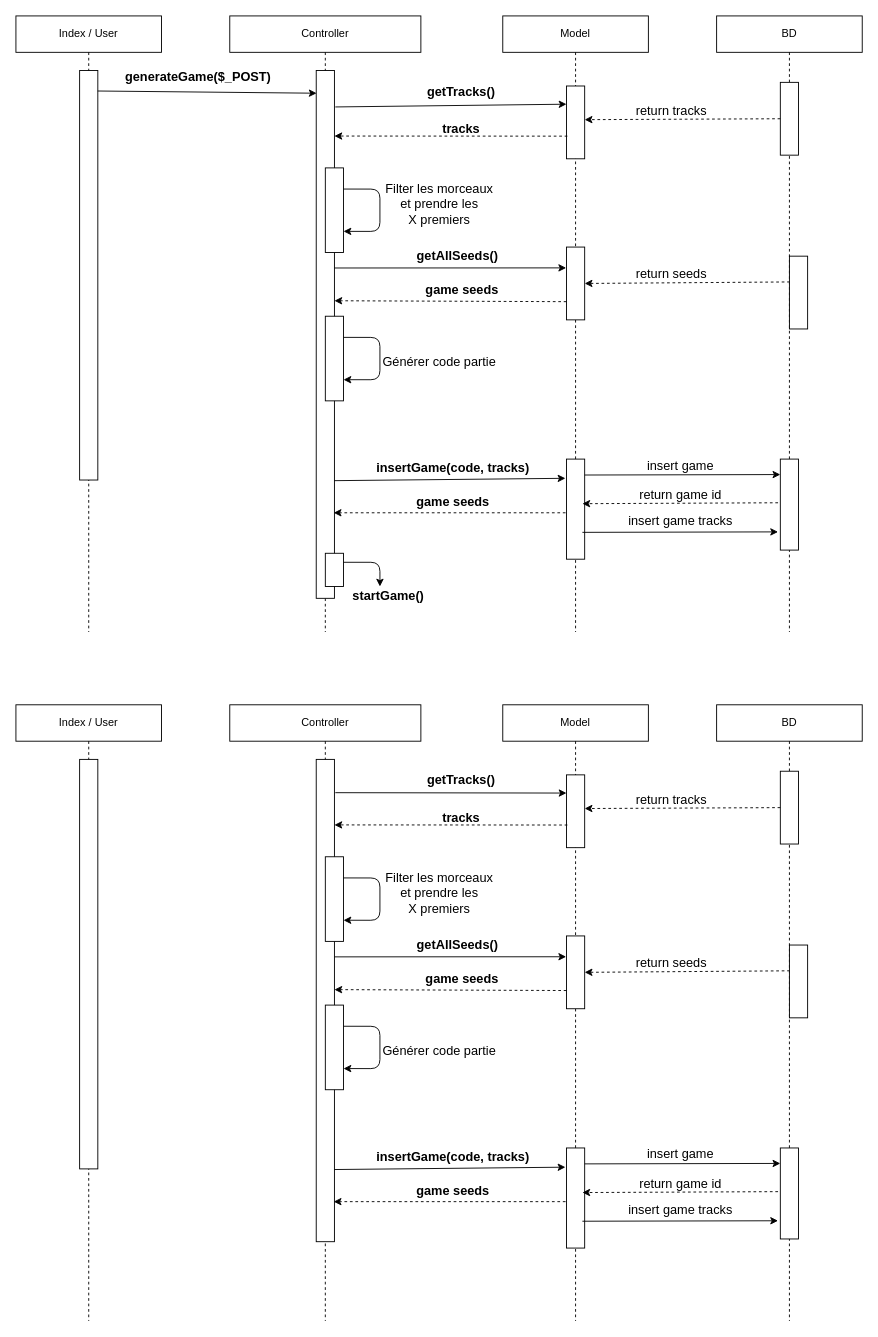
This is Documents/Diagramme_sequence.drawio from Jerome-JJT/SuperBlinder, a draw.io file, before an edit. Source tidied: cells renumbered, new cells numbered last; positions are measured from the earlier drawing's top-left corner, leaving out a move shared by most shapes. Both pictures are drawn from the tidied source at 91%, with x=0, y=0 at pixel (15, 15).
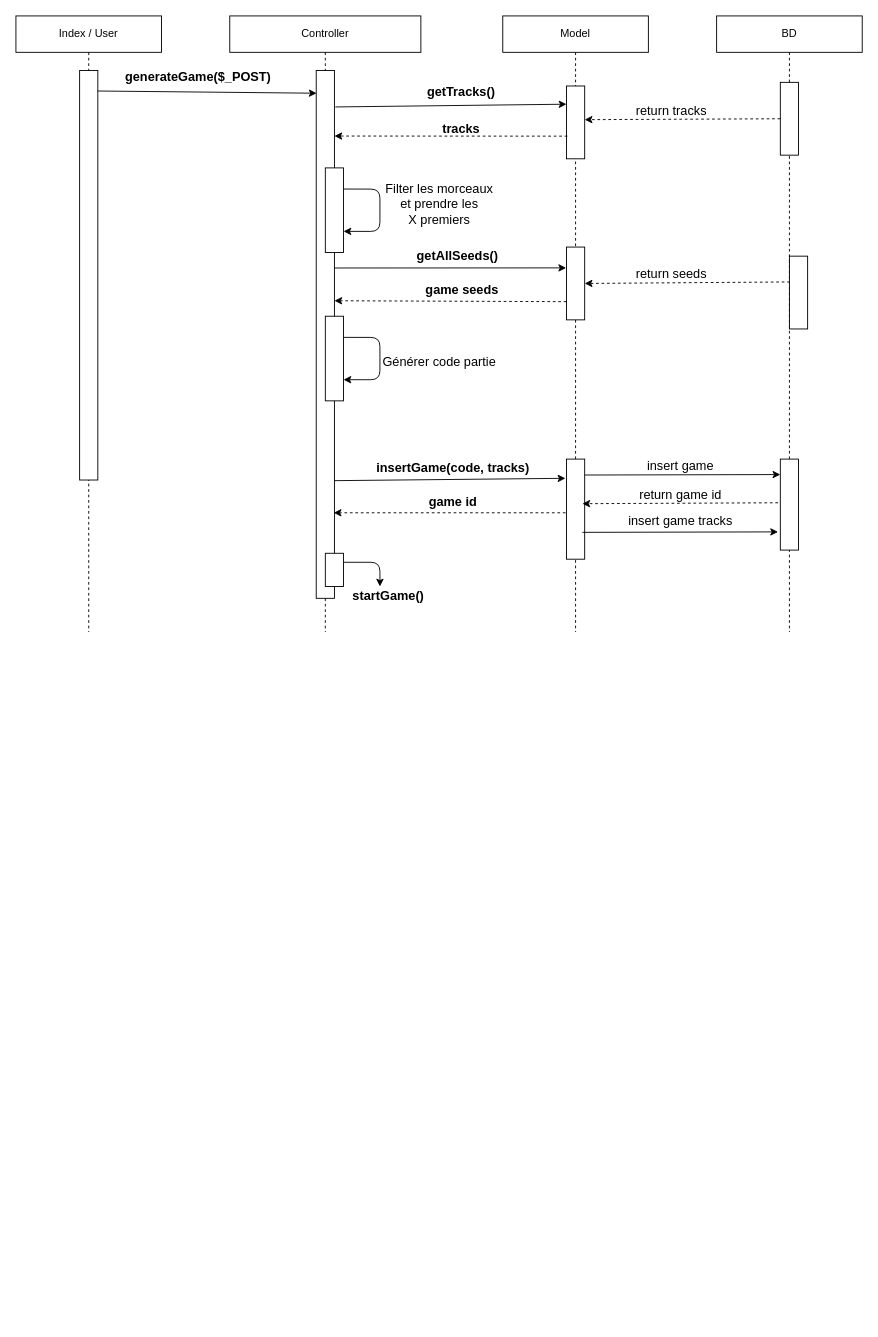
The same page after the edit.

The edit, as a diff of the source:
```diff
@@
-    <mxCell id="29" value="game seeds" style="text;html=1;align=center;verticalAlign=middle;strokeColor=none;fontSize=14;fontStyle=1;" parent="1" vertex="1">
-      <mxGeometry x="430" y="524" width="100" height="20" as="geometry" />
+    <mxCell id="29" value="game id" style="text;html=1;align=center;verticalAlign=middle;strokeColor=none;fontSize=14;fontStyle=1;" parent="1" vertex="1">
+      <mxGeometry x="445" y="524" width="70" height="20" as="geometry" />
     </mxCell>
@@
-    <mxCell id="44" value="Controller" style="shape=umlLifeline;perimeter=lifelinePerimeter;whiteSpace=wrap;html=1;" parent="1" vertex="1">
-      <mxGeometry x="235" y="757" width="210" height="677" as="geometry" />
-    </mxCell>
-    <mxCell id="45" style="rounded=0;whiteSpace=wrap;html=1;" parent="44" vertex="1">
-      <mxGeometry x="95" y="60" width="20" height="530" as="geometry" />
-    </mxCell>
-    <mxCell id="46" style="rounded=0;whiteSpace=wrap;html=1;" parent="44" vertex="1">
-      <mxGeometry x="105" y="167" width="20" height="93" as="geometry" />
-    </mxCell>
-    <mxCell id="47" style="endArrow=classic;html=1;fontSize=14;edgeStyle=orthogonalEdgeStyle;exitX=1;exitY=0.25;exitDx=0;exitDy=0;entryX=1;entryY=0.75;entryDx=0;entryDy=0;" parent="44" edge="1" source="46" target="46">
-      <mxGeometry relative="1" as="geometry">
-        <Array as="points">
-          <mxPoint x="165" y="190" />
-          <mxPoint x="165" y="237" />
-        </Array>
-      </mxGeometry>
-    </mxCell>
-    <mxCell id="48" value="Model" style="shape=umlLifeline;perimeter=lifelinePerimeter;whiteSpace=wrap;html=1;" parent="1" vertex="1">
-      <mxGeometry x="535" y="757" width="160" height="677" as="geometry" />
-    </mxCell>
-    <mxCell id="49" style="rounded=0;whiteSpace=wrap;html=1;" parent="48" vertex="1">
-      <mxGeometry x="70" y="77" width="20" height="80" as="geometry" />
-    </mxCell>
-    <mxCell id="50" style="endArrow=classic;html=1;exitX=1.05;exitY=0.069;exitDx=0;exitDy=0;exitPerimeter=0;entryX=0;entryY=0.25;entryDx=0;entryDy=0;" parent="1" edge="1" source="45" target="49">
-      <mxGeometry relative="1" as="geometry" />
-    </mxCell>
-    <mxCell id="51" value="getTracks()" style="text;html=1;align=center;verticalAlign=middle;strokeColor=none;fontSize=14;fontStyle=1;" parent="1" vertex="1">
-      <mxGeometry x="444" y="830" width="90" height="20" as="geometry" />
-    </mxCell>
-    <mxCell id="52" style="endArrow=classic;html=1;exitX=0.05;exitY=0.689;exitDx=0;exitDy=0;dashed=1;exitPerimeter=0;" parent="1" edge="1" source="49">
-      <mxGeometry relative="1" as="geometry">
-        <mxPoint x="350" y="889" as="targetPoint" />
-      </mxGeometry>
-    </mxCell>
-    <mxCell id="53" value="tracks" style="text;html=1;align=center;verticalAlign=middle;strokeColor=none;fontSize=14;fontStyle=1;" parent="1" vertex="1">
-      <mxGeometry x="459" y="871" width="60" height="20" as="geometry" />
-    </mxCell>
-    <mxCell id="54" value="Index / User" style="shape=umlLifeline;perimeter=lifelinePerimeter;whiteSpace=wrap;html=1;" parent="1" vertex="1">
-      <mxGeometry y="757" width="160" height="677" as="geometry" />
-    </mxCell>
-    <mxCell id="55" style="rounded=0;whiteSpace=wrap;html=1;" parent="54" vertex="1">
-      <mxGeometry x="70" y="60" width="20" height="450" as="geometry" />
-    </mxCell>
-    <mxCell id="56" value="&lt;div&gt;Filter les morceaux &lt;br&gt;&lt;/div&gt;&lt;div&gt;et prendre les &lt;br&gt;&lt;/div&gt;&lt;div&gt;X premiers &lt;/div&gt;" style="text;align=center;verticalAlign=middle;strokeColor=none;fontSize=14;html=1;" parent="1" vertex="1">
-      <mxGeometry x="400" y="934" width="130" height="60" as="geometry" />
-    </mxCell>
-    <mxCell id="57" style="rounded=0;whiteSpace=wrap;html=1;" parent="1" vertex="1">
-      <mxGeometry x="340" y="1087" width="20" height="93" as="geometry" />
-    </mxCell>
-    <mxCell id="58" style="endArrow=classic;html=1;fontSize=14;edgeStyle=orthogonalEdgeStyle;exitX=1;exitY=0.25;exitDx=0;exitDy=0;entryX=1;entryY=0.75;entryDx=0;entryDy=0;" parent="1" edge="1" source="57" target="57">
-      <mxGeometry relative="1" as="geometry">
-        <Array as="points">
-          <mxPoint x="400" y="1110" />
-          <mxPoint x="400" y="1157" />
-        </Array>
-      </mxGeometry>
-    </mxCell>
-    <mxCell id="59" value="Générer code partie" style="text;align=center;verticalAlign=middle;strokeColor=none;fontSize=14;html=1;" parent="1" vertex="1">
-      <mxGeometry x="395" y="1127" width="140" height="20" as="geometry" />
-    </mxCell>
-    <mxCell id="60" style="rounded=0;whiteSpace=wrap;html=1;" parent="1" vertex="1">
-      <mxGeometry x="605" y="1011" width="20" height="80" as="geometry" />
-    </mxCell>
-    <mxCell id="61" style="endArrow=classic;html=1;entryX=-0.017;entryY=0.286;entryDx=0;entryDy=0;entryPerimeter=0;" parent="1" edge="1" target="60">
-      <mxGeometry relative="1" as="geometry">
-        <mxPoint x="350" y="1034" as="sourcePoint" />
-      </mxGeometry>
-    </mxCell>
-    <mxCell id="62" value="getAllSeeds()" style="text;html=1;align=center;verticalAlign=middle;strokeColor=none;fontSize=14;fontStyle=1;" parent="1" vertex="1">
-      <mxGeometry x="430" y="1011" width="110" height="20" as="geometry" />
-    </mxCell>
-    <mxCell id="63" style="endArrow=classic;html=1;exitX=0;exitY=0.75;exitDx=0;exitDy=0;dashed=1;" parent="1" edge="1" source="60">
-      <mxGeometry relative="1" as="geometry">
-        <mxPoint x="350" y="1070" as="targetPoint" />
-      </mxGeometry>
-    </mxCell>
-    <mxCell id="64" value="game seeds" style="text;html=1;align=center;verticalAlign=middle;strokeColor=none;fontSize=14;fontStyle=1;" parent="1" vertex="1">
-      <mxGeometry x="440" y="1048" width="100" height="20" as="geometry" />
-    </mxCell>
-    <mxCell id="65" style="rounded=0;whiteSpace=wrap;html=1;" parent="1" vertex="1">
-      <mxGeometry x="605" y="1244" width="20" height="110" as="geometry" />
-    </mxCell>
-    <mxCell id="66" style="endArrow=classic;html=1;exitX=1.028;exitY=0.369;exitDx=0;exitDy=0;exitPerimeter=0;entryX=-0.058;entryY=0.192;entryDx=0;entryDy=0;entryPerimeter=0;" parent="1" edge="1" target="65">
-      <mxGeometry relative="1" as="geometry">
-        <mxPoint x="349.7" y="1267.7" as="sourcePoint" />
-      </mxGeometry>
-    </mxCell>
-    <mxCell id="67" value="insertGame(code, tracks)" style="text;html=1;align=center;verticalAlign=middle;strokeColor=none;fontSize=14;fontStyle=1;" parent="1" vertex="1">
-      <mxGeometry x="385" y="1244" width="190" height="20" as="geometry" />
-    </mxCell>
-    <mxCell id="68" style="endArrow=classic;html=1;dashed=1;" parent="1" edge="1">
-      <mxGeometry relative="1" as="geometry">
-        <mxPoint x="604" y="1303" as="sourcePoint" />
-        <mxPoint x="349.2" y="1303" as="targetPoint" />
-      </mxGeometry>
-    </mxCell>
-    <mxCell id="69" value="game seeds" style="text;html=1;align=center;verticalAlign=middle;strokeColor=none;fontSize=14;fontStyle=1;" parent="1" vertex="1">
-      <mxGeometry x="430" y="1281" width="100" height="20" as="geometry" />
-    </mxCell>
-    <mxCell id="70" value="BD" style="shape=umlLifeline;perimeter=lifelinePerimeter;whiteSpace=wrap;html=1;" parent="1" vertex="1">
-      <mxGeometry x="770" y="757" width="160" height="677" as="geometry" />
-    </mxCell>
-    <mxCell id="71" style="rounded=0;whiteSpace=wrap;html=1;" parent="70" vertex="1">
-      <mxGeometry x="70" y="73" width="20" height="80" as="geometry" />
-    </mxCell>
-    <mxCell id="72" style="endArrow=classic;html=1;exitX=0;exitY=0.5;exitDx=0;exitDy=0;dashed=1;" parent="1" edge="1" source="71">
-      <mxGeometry relative="1" as="geometry">
-        <mxPoint x="625" y="871" as="targetPoint" />
-      </mxGeometry>
-    </mxCell>
-    <mxCell id="73" value="return tracks" style="text;html=1;align=center;verticalAlign=middle;strokeColor=none;fontSize=14;" parent="1" vertex="1">
-      <mxGeometry x="670" y="851" width="100" height="20" as="geometry" />
-    </mxCell>
-    <mxCell id="74" style="rounded=0;whiteSpace=wrap;html=1;" parent="1" vertex="1">
-      <mxGeometry x="840" y="1244" width="20" height="100" as="geometry" />
-    </mxCell>
-    <mxCell id="75" style="endArrow=classic;html=1;exitX=0.025;exitY=0.354;exitDx=0;exitDy=0;dashed=1;exitPerimeter=0;" parent="1" edge="1" source="77">
-      <mxGeometry relative="1" as="geometry">
-        <mxPoint x="625" y="1051" as="targetPoint" />
-      </mxGeometry>
-    </mxCell>
-    <mxCell id="76" value="return seeds" style="text;html=1;align=center;verticalAlign=middle;strokeColor=none;fontSize=14;" parent="1" vertex="1">
-      <mxGeometry x="670" y="1031" width="100" height="20" as="geometry" />
-    </mxCell>
-    <mxCell id="77" style="rounded=0;whiteSpace=wrap;html=1;" parent="1" vertex="1">
-      <mxGeometry x="850" y="1021" width="20" height="80" as="geometry" />
-    </mxCell>
-    <mxCell id="78" value="return game id" style="text;html=1;align=center;verticalAlign=middle;strokeColor=none;fontSize=14;" parent="1" vertex="1">
-      <mxGeometry x="675" y="1273" width="110" height="20" as="geometry" />
-    </mxCell>
-    <mxCell id="79" style="endArrow=classic;html=1;exitX=0;exitY=0.5;exitDx=0;exitDy=0;dashed=1;" parent="1" edge="1">
-      <mxGeometry relative="1" as="geometry">
-        <mxPoint x="837.5" y="1292" as="sourcePoint" />
-        <mxPoint x="622.5" y="1293" as="targetPoint" />
-      </mxGeometry>
-    </mxCell>
-    <mxCell id="80" value="insert game" style="text;html=1;align=center;verticalAlign=middle;strokeColor=none;fontSize=14;fontStyle=0;" parent="1" vertex="1">
-      <mxGeometry x="685" y="1241" width="90" height="20" as="geometry" />
-    </mxCell>
-    <mxCell id="81" style="endArrow=classic;html=1;exitX=1.028;exitY=0.369;exitDx=0;exitDy=0;exitPerimeter=0;" parent="1" edge="1">
-      <mxGeometry relative="1" as="geometry">
-        <mxPoint x="625" y="1261.5" as="sourcePoint" />
-        <mxPoint x="840" y="1261" as="targetPoint" />
-      </mxGeometry>
-    </mxCell>
-    <mxCell id="82" value="insert game tracks" style="text;html=1;align=center;verticalAlign=middle;strokeColor=none;fontSize=14;fontStyle=0;" parent="1" vertex="1">
-      <mxGeometry x="665" y="1302" width="130" height="20" as="geometry" />
-    </mxCell>
-    <mxCell id="83" style="endArrow=classic;html=1;exitX=1.028;exitY=0.369;exitDx=0;exitDy=0;exitPerimeter=0;" parent="1" edge="1">
-      <mxGeometry relative="1" as="geometry">
-        <mxPoint x="622.5" y="1324.5" as="sourcePoint" />
-        <mxPoint x="837.5" y="1324" as="targetPoint" />
-      </mxGeometry>
-    </mxCell>
```
